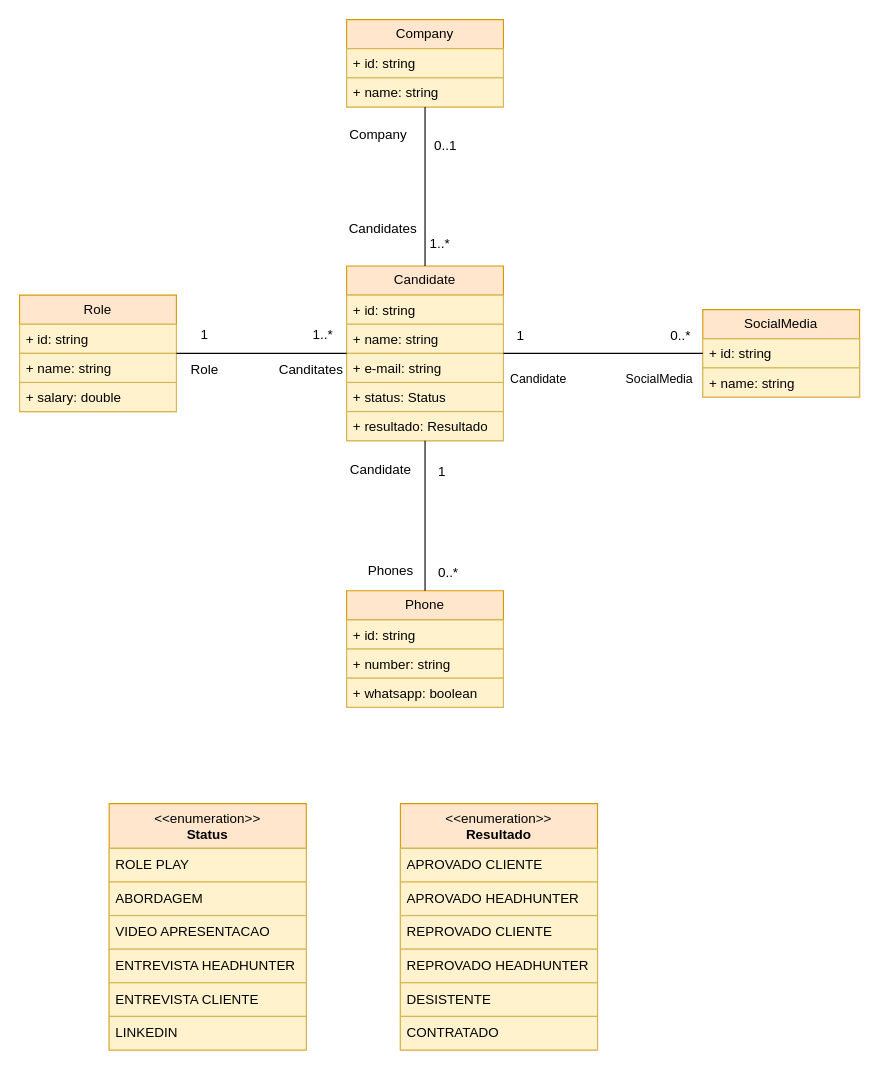
The draw.io diagram CheckHunter.drawio in fanuelhpa/checkhunter, before the edit. Source tidied: cells renumbered, new cells numbered last; positions are measured from the earlier drawing's top-left corner, leaving out a move shared by most shapes. Both pictures are drawn from the tidied source at 112%, with x=0, y=0 at pixel (19, 19).
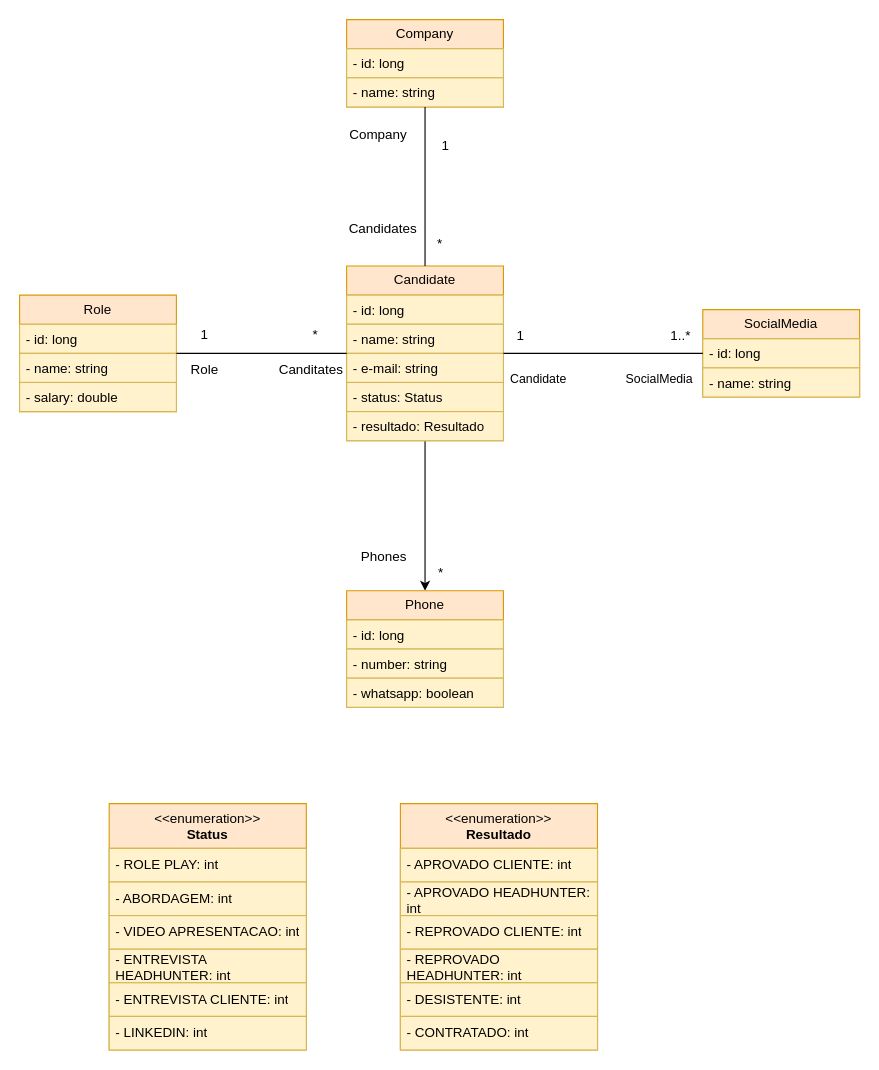
After the change.

The change refers to these unchanged cells:
```xml
<mxCell id="2" value="Company" style="swimlane;fontStyle=0;horizontal=1;startSize=26;fillColor=#ffe6cc;whiteSpace=wrap;html=1;labelBackgroundColor=none;strokeColor=#d79b00;" parent="1" vertex="1">
  <mxGeometry x="292" width="140" height="78" as="geometry" />
</mxCell>
<mxCell id="5" value="Role" style="swimlane;fontStyle=0;horizontal=1;startSize=26;fillColor=#ffe6cc;whiteSpace=wrap;html=1;labelBackgroundColor=none;strokeColor=#d79b00;" parent="1" vertex="1">
  <mxGeometry y="246" width="140" height="104" as="geometry" />
</mxCell>
<mxCell id="9" value="Candidate" style="swimlane;fontStyle=0;horizontal=1;startSize=26;fillColor=#ffe6cc;whiteSpace=wrap;html=1;labelBackgroundColor=none;strokeColor=#d79b00;" parent="1" vertex="1">
  <mxGeometry x="292" y="220" width="140" height="156" as="geometry" />
</mxCell>
<mxCell id="15" value="Phone" style="swimlane;fontStyle=0;horizontal=1;startSize=26;fillColor=#ffe6cc;whiteSpace=wrap;html=1;strokeColor=#d79b00;" parent="1" vertex="1">
  <mxGeometry x="292" y="510" width="140" height="104" as="geometry" />
</mxCell>
<mxCell id="19" value="SocialMedia" style="swimlane;fontStyle=0;horizontal=1;startSize=26;fillColor=#ffe6cc;whiteSpace=wrap;html=1;strokeColor=#d79b00;" parent="1" vertex="1">
  <mxGeometry x="610" y="259" width="140" height="78" as="geometry" />
</mxCell>
<mxCell id="22" value="&amp;lt;&amp;lt;enumeration&amp;gt;&amp;gt;&lt;br&gt;&lt;b&gt;Status&lt;/b&gt;" style="swimlane;fontStyle=0;align=center;verticalAlign=top;horizontal=1;startSize=40;html=1;whiteSpace=wrap;fillColor=#ffe6cc;strokeColor=#d79b00;" parent="1" vertex="1">
  <mxGeometry x="80" y="700" width="176" height="220" as="geometry" />
</mxCell>
<mxCell id="29" value="&amp;lt;&amp;lt;enumeration&amp;gt;&amp;gt;&lt;br&gt;&lt;b&gt;Resultado&lt;/b&gt;" style="swimlane;fontStyle=0;align=center;verticalAlign=top;horizontal=1;startSize=40;html=1;whiteSpace=wrap;fillColor=#ffe6cc;strokeColor=#d79b00;" parent="1" vertex="1">
  <mxGeometry x="340" y="700" width="176" height="220" as="geometry" />
</mxCell>
```

The edit, as a diff of the source:
```diff
@@
-    <mxCell id="3" value="+ id: string&lt;div&gt;&lt;br&gt;&lt;div&gt;&lt;br&gt;&lt;/div&gt;&lt;/div&gt;" style="text;strokeColor=#d6b656;fillColor=#fff2cc;align=left;verticalAlign=top;spacingLeft=4;spacingRight=4;overflow=hidden;whiteSpace=wrap;html=1;labelBackgroundColor=none;" parent="2" vertex="1">
+    <mxCell id="3" value="- id: long&lt;div&gt;&lt;div&gt;&lt;br&gt;&lt;div&gt;&lt;br&gt;&lt;/div&gt;&lt;/div&gt;&lt;/div&gt;" style="text;strokeColor=#d6b656;fillColor=#fff2cc;align=left;verticalAlign=top;spacingLeft=4;spacingRight=4;overflow=hidden;whiteSpace=wrap;html=1;labelBackgroundColor=none;" parent="2" vertex="1">
       <mxGeometry y="26" width="140" height="26" as="geometry" />
     </mxCell>
-    <mxCell id="4" value="+ name: string&lt;div&gt;&lt;br&gt;&lt;/div&gt;" style="text;strokeColor=#d6b656;fillColor=#fff2cc;align=left;verticalAlign=top;spacingLeft=4;spacingRight=4;overflow=hidden;whiteSpace=wrap;html=1;labelBackgroundColor=none;" parent="2" vertex="1">
+    <mxCell id="4" value="- name: string&lt;div&gt;&lt;br&gt;&lt;/div&gt;" style="text;strokeColor=#d6b656;fillColor=#fff2cc;align=left;verticalAlign=top;spacingLeft=4;spacingRight=4;overflow=hidden;whiteSpace=wrap;html=1;labelBackgroundColor=none;" parent="2" vertex="1">
       <mxGeometry y="52" width="140" height="26" as="geometry" />
     </mxCell>
@@
-    <mxCell id="6" value="+ id: string&lt;div&gt;&lt;br&gt;&lt;div&gt;&lt;br&gt;&lt;/div&gt;&lt;/div&gt;" style="text;strokeColor=#d6b656;fillColor=#fff2cc;align=left;verticalAlign=top;spacingLeft=4;spacingRight=4;overflow=hidden;whiteSpace=wrap;html=1;labelBackgroundColor=none;" parent="5" vertex="1">
+    <mxCell id="6" value="- id: long&lt;div&gt;&lt;br&gt;&lt;div&gt;&lt;br&gt;&lt;/div&gt;&lt;/div&gt;" style="text;strokeColor=#d6b656;fillColor=#fff2cc;align=left;verticalAlign=top;spacingLeft=4;spacingRight=4;overflow=hidden;whiteSpace=wrap;html=1;labelBackgroundColor=none;" parent="5" vertex="1">
       <mxGeometry y="26" width="140" height="26" as="geometry" />
     </mxCell>
-    <mxCell id="7" value="+ name: string" style="text;strokeColor=#d6b656;fillColor=#fff2cc;align=left;verticalAlign=top;spacingLeft=4;spacingRight=4;overflow=hidden;whiteSpace=wrap;html=1;labelBackgroundColor=none;" parent="5" vertex="1">
+    <mxCell id="7" value="- name: string" style="text;strokeColor=#d6b656;fillColor=#fff2cc;align=left;verticalAlign=top;spacingLeft=4;spacingRight=4;overflow=hidden;whiteSpace=wrap;html=1;labelBackgroundColor=none;" parent="5" vertex="1">
       <mxGeometry y="52" width="140" height="26" as="geometry" />
     </mxCell>
-    <mxCell id="8" value="+ salary: double" style="text;strokeColor=#d6b656;fillColor=#fff2cc;align=left;verticalAlign=top;spacingLeft=4;spacingRight=4;overflow=hidden;whiteSpace=wrap;html=1;labelBackgroundColor=none;" parent="5" vertex="1">
+    <mxCell id="8" value="- salary: double" style="text;strokeColor=#d6b656;fillColor=#fff2cc;align=left;verticalAlign=top;spacingLeft=4;spacingRight=4;overflow=hidden;whiteSpace=wrap;html=1;labelBackgroundColor=none;" parent="5" vertex="1">
       <mxGeometry y="78" width="140" height="26" as="geometry" />
     </mxCell>
+    <mxCell id="36" style="edgeStyle=orthogonalEdgeStyle;rounded=0;jettySize=auto;html=1;exitX=0.5;exitY=1;exitDx=0;exitDy=0;entryX=0.5;entryY=0;entryDx=0;entryDy=0;" parent="1" edge="1" source="9" target="15">
+      <mxGeometry relative="1" as="geometry" />
+    </mxCell>
@@
-    <mxCell id="10" value="+ id: string&lt;div&gt;&lt;br&gt;&lt;div&gt;&lt;br&gt;&lt;/div&gt;&lt;/div&gt;" style="text;strokeColor=#d6b656;fillColor=#fff2cc;align=left;verticalAlign=top;spacingLeft=4;spacingRight=4;overflow=hidden;whiteSpace=wrap;html=1;labelBackgroundColor=none;" parent="9" vertex="1">
+    <mxCell id="10" value="- id: long&lt;div&gt;&lt;br&gt;&lt;div&gt;&lt;br&gt;&lt;/div&gt;&lt;/div&gt;" style="text;strokeColor=#d6b656;fillColor=#fff2cc;align=left;verticalAlign=top;spacingLeft=4;spacingRight=4;overflow=hidden;whiteSpace=wrap;html=1;labelBackgroundColor=none;" parent="9" vertex="1">
       <mxGeometry y="26" width="140" height="26" as="geometry" />
     </mxCell>
-    <mxCell id="11" value="+ name: string" style="text;strokeColor=#d6b656;fillColor=#fff2cc;align=left;verticalAlign=top;spacingLeft=4;spacingRight=4;overflow=hidden;whiteSpace=wrap;html=1;labelBackgroundColor=none;" parent="9" vertex="1">
+    <mxCell id="11" value="- name: string" style="text;strokeColor=#d6b656;fillColor=#fff2cc;align=left;verticalAlign=top;spacingLeft=4;spacingRight=4;overflow=hidden;whiteSpace=wrap;html=1;labelBackgroundColor=none;" parent="9" vertex="1">
       <mxGeometry y="52" width="140" height="26" as="geometry" />
     </mxCell>
-    <mxCell id="12" value="+ e-mail: string" style="text;align=left;verticalAlign=top;spacingLeft=4;spacingRight=4;overflow=hidden;whiteSpace=wrap;html=1;labelBackgroundColor=none;fillColor=#fff2cc;strokeColor=#d6b656;" parent="9" vertex="1">
+    <mxCell id="12" value="- e-mail: string" style="text;align=left;verticalAlign=top;spacingLeft=4;spacingRight=4;overflow=hidden;whiteSpace=wrap;html=1;labelBackgroundColor=none;fillColor=#fff2cc;strokeColor=#d6b656;" parent="9" vertex="1">
       <mxGeometry y="78" width="140" height="26" as="geometry" />
     </mxCell>
-    <mxCell id="13" value="+ status: Status" style="text;strokeColor=#d6b656;fillColor=#fff2cc;align=left;verticalAlign=top;spacingLeft=4;spacingRight=4;overflow=hidden;whiteSpace=wrap;html=1;labelBackgroundColor=none;" parent="9" vertex="1">
+    <mxCell id="13" value="- status: Status" style="text;strokeColor=#d6b656;fillColor=#fff2cc;align=left;verticalAlign=top;spacingLeft=4;spacingRight=4;overflow=hidden;whiteSpace=wrap;html=1;labelBackgroundColor=none;" parent="9" vertex="1">
       <mxGeometry y="104" width="140" height="26" as="geometry" />
     </mxCell>
-    <mxCell id="14" value="+ resultado: Resultado" style="text;strokeColor=#d6b656;fillColor=#fff2cc;align=left;verticalAlign=top;spacingLeft=4;spacingRight=4;overflow=hidden;whiteSpace=wrap;html=1;labelBackgroundColor=none;" parent="9" vertex="1">
+    <mxCell id="14" value="- resultado: Resultado" style="text;strokeColor=#d6b656;fillColor=#fff2cc;align=left;verticalAlign=top;spacingLeft=4;spacingRight=4;overflow=hidden;whiteSpace=wrap;html=1;labelBackgroundColor=none;" parent="9" vertex="1">
       <mxGeometry y="130" width="140" height="26" as="geometry" />
     </mxCell>
@@
-    <mxCell id="16" value="+ id: string&lt;div&gt;&lt;br&gt;&lt;div&gt;&lt;br&gt;&lt;/div&gt;&lt;/div&gt;" style="text;strokeColor=#d6b656;fillColor=#fff2cc;align=left;verticalAlign=top;spacingLeft=4;spacingRight=4;overflow=hidden;whiteSpace=wrap;html=1;labelBackgroundColor=none;" parent="15" vertex="1">
+    <mxCell id="16" value="- id: long&lt;div&gt;&lt;br&gt;&lt;div&gt;&lt;br&gt;&lt;/div&gt;&lt;/div&gt;" style="text;strokeColor=#d6b656;fillColor=#fff2cc;align=left;verticalAlign=top;spacingLeft=4;spacingRight=4;overflow=hidden;whiteSpace=wrap;html=1;labelBackgroundColor=none;" parent="15" vertex="1">
       <mxGeometry y="26" width="140" height="26" as="geometry" />
     </mxCell>
-    <mxCell id="17" value="+ number: string" style="text;strokeColor=#d6b656;fillColor=#fff2cc;align=left;verticalAlign=top;spacingLeft=4;spacingRight=4;overflow=hidden;whiteSpace=wrap;html=1;" parent="15" vertex="1">
+    <mxCell id="17" value="- number: string" style="text;strokeColor=#d6b656;fillColor=#fff2cc;align=left;verticalAlign=top;spacingLeft=4;spacingRight=4;overflow=hidden;whiteSpace=wrap;html=1;" parent="15" vertex="1">
       <mxGeometry y="52" width="140" height="26" as="geometry" />
     </mxCell>
-    <mxCell id="18" value="+ whatsapp: boolean&lt;div&gt;&lt;br&gt;&lt;div&gt;&lt;br&gt;&lt;/div&gt;&lt;/div&gt;" style="text;strokeColor=#d6b656;fillColor=#fff2cc;align=left;verticalAlign=top;spacingLeft=4;spacingRight=4;overflow=hidden;whiteSpace=wrap;html=1;labelBackgroundColor=none;" parent="15" vertex="1">
+    <mxCell id="18" value="- whatsapp: boolean&lt;div&gt;&lt;br&gt;&lt;div&gt;&lt;br&gt;&lt;/div&gt;&lt;/div&gt;" style="text;strokeColor=#d6b656;fillColor=#fff2cc;align=left;verticalAlign=top;spacingLeft=4;spacingRight=4;overflow=hidden;whiteSpace=wrap;html=1;labelBackgroundColor=none;" parent="15" vertex="1">
       <mxGeometry y="78" width="140" height="26" as="geometry" />
     </mxCell>
@@
-    <mxCell id="20" value="+ id: string&lt;div&gt;&lt;br&gt;&lt;div&gt;&lt;br&gt;&lt;/div&gt;&lt;/div&gt;" style="text;strokeColor=#d6b656;fillColor=#fff2cc;align=left;verticalAlign=top;spacingLeft=4;spacingRight=4;overflow=hidden;points=[[0,0.5],[1,0.5]];portConstraint=eastwest;whiteSpace=wrap;html=1;labelBackgroundColor=none;" parent="19" vertex="1">
+    <mxCell id="20" value="- id: long&lt;div&gt;&lt;br&gt;&lt;div&gt;&lt;br&gt;&lt;/div&gt;&lt;/div&gt;" style="text;strokeColor=#d6b656;fillColor=#fff2cc;align=left;verticalAlign=top;spacingLeft=4;spacingRight=4;overflow=hidden;points=[[0,0.5],[1,0.5]];portConstraint=eastwest;whiteSpace=wrap;html=1;labelBackgroundColor=none;" parent="19" vertex="1">
       <mxGeometry y="26" width="140" height="26" as="geometry" />
     </mxCell>
-    <mxCell id="21" value="+ name: string" style="text;strokeColor=#d6b656;fillColor=#fff2cc;align=left;verticalAlign=top;spacingLeft=4;spacingRight=4;overflow=hidden;whiteSpace=wrap;html=1;" parent="19" vertex="1">
+    <mxCell id="21" value="- name: string" style="text;strokeColor=#d6b656;fillColor=#fff2cc;align=left;verticalAlign=top;spacingLeft=4;spacingRight=4;overflow=hidden;whiteSpace=wrap;html=1;" parent="19" vertex="1">
       <mxGeometry y="52" width="140" height="26" as="geometry" />
     </mxCell>
@@
-    <mxCell id="23" value="ROLE PLAY" style="text;html=1;strokeColor=#d6b656;fillColor=#fff2cc;align=left;verticalAlign=middle;spacingLeft=4;spacingRight=4;overflow=hidden;whiteSpace=wrap;" parent="22" vertex="1">
+    <mxCell id="23" value="- ROLE PLAY: int" style="text;html=1;strokeColor=#d6b656;fillColor=#fff2cc;align=left;verticalAlign=middle;spacingLeft=4;spacingRight=4;overflow=hidden;whiteSpace=wrap;" parent="22" vertex="1">
       <mxGeometry y="40" width="176" height="30" as="geometry" />
     </mxCell>
-    <mxCell id="24" value="ABORDAGEM" style="text;html=1;strokeColor=#d6b656;fillColor=#fff2cc;align=left;verticalAlign=middle;spacingLeft=4;spacingRight=4;overflow=hidden;whiteSpace=wrap;" parent="22" vertex="1">
+    <mxCell id="24" value="- ABORDAGEM: int" style="text;html=1;strokeColor=#d6b656;fillColor=#fff2cc;align=left;verticalAlign=middle;spacingLeft=4;spacingRight=4;overflow=hidden;whiteSpace=wrap;" parent="22" vertex="1">
       <mxGeometry y="70" width="176" height="30" as="geometry" />
     </mxCell>
-    <mxCell id="25" value="VIDEO APRESENTACAO" style="text;html=1;strokeColor=#d6b656;fillColor=#fff2cc;align=left;verticalAlign=middle;spacingLeft=4;spacingRight=4;overflow=hidden;whiteSpace=wrap;" parent="22" vertex="1">
+    <mxCell id="25" value="- VIDEO APRESENTACAO: int" style="text;html=1;strokeColor=#d6b656;fillColor=#fff2cc;align=left;verticalAlign=middle;spacingLeft=4;spacingRight=4;overflow=hidden;whiteSpace=wrap;" parent="22" vertex="1">
       <mxGeometry y="100" width="176" height="30" as="geometry" />
     </mxCell>
-    <mxCell id="26" value="ENTREVISTA HEADHUNTER" style="text;html=1;strokeColor=#d6b656;fillColor=#fff2cc;align=left;verticalAlign=middle;spacingLeft=4;spacingRight=4;overflow=hidden;whiteSpace=wrap;" parent="22" vertex="1">
+    <mxCell id="26" value="- ENTREVISTA HEADHUNTER: int" style="text;html=1;strokeColor=#d6b656;fillColor=#fff2cc;align=left;verticalAlign=middle;spacingLeft=4;spacingRight=4;overflow=hidden;whiteSpace=wrap;" parent="22" vertex="1">
       <mxGeometry y="130" width="176" height="30" as="geometry" />
     </mxCell>
-    <mxCell id="27" value="ENTREVISTA CLIENTE" style="text;html=1;strokeColor=#d6b656;fillColor=#fff2cc;align=left;verticalAlign=middle;spacingLeft=4;spacingRight=4;overflow=hidden;whiteSpace=wrap;" parent="22" vertex="1">
+    <mxCell id="27" value="- ENTREVISTA CLIENTE: int" style="text;html=1;strokeColor=#d6b656;fillColor=#fff2cc;align=left;verticalAlign=middle;spacingLeft=4;spacingRight=4;overflow=hidden;whiteSpace=wrap;" parent="22" vertex="1">
       <mxGeometry y="160" width="176" height="30" as="geometry" />
     </mxCell>
-    <mxCell id="28" value="LINKEDIN" style="text;html=1;strokeColor=#d6b656;fillColor=#fff2cc;align=left;verticalAlign=middle;spacingLeft=4;spacingRight=4;overflow=hidden;whiteSpace=wrap;" parent="22" vertex="1">
+    <mxCell id="28" value="- LINKEDIN: int" style="text;html=1;strokeColor=#d6b656;fillColor=#fff2cc;align=left;verticalAlign=middle;spacingLeft=4;spacingRight=4;overflow=hidden;whiteSpace=wrap;" parent="22" vertex="1">
       <mxGeometry y="190" width="176" height="30" as="geometry" />
     </mxCell>
@@
-    <mxCell id="30" value="APROVADO CLIENTE" style="text;html=1;strokeColor=#d6b656;fillColor=#fff2cc;align=left;verticalAlign=middle;spacingLeft=4;spacingRight=4;overflow=hidden;whiteSpace=wrap;" parent="29" vertex="1">
+    <mxCell id="30" value="- APROVADO CLIENTE: int" style="text;html=1;strokeColor=#d6b656;fillColor=#fff2cc;align=left;verticalAlign=middle;spacingLeft=4;spacingRight=4;overflow=hidden;whiteSpace=wrap;" parent="29" vertex="1">
       <mxGeometry y="40" width="176" height="30" as="geometry" />
     </mxCell>
-    <mxCell id="31" value="APROVADO HEADHUNTER" style="text;html=1;strokeColor=#d6b656;fillColor=#fff2cc;align=left;verticalAlign=middle;spacingLeft=4;spacingRight=4;overflow=hidden;whiteSpace=wrap;" parent="29" vertex="1">
+    <mxCell id="31" value="- APROVADO HEADHUNTER: int" style="text;html=1;strokeColor=#d6b656;fillColor=#fff2cc;align=left;verticalAlign=middle;spacingLeft=4;spacingRight=4;overflow=hidden;whiteSpace=wrap;" parent="29" vertex="1">
       <mxGeometry y="70" width="176" height="30" as="geometry" />
     </mxCell>
-    <mxCell id="32" value="REPROVADO CLIENTE" style="text;html=1;strokeColor=#d6b656;fillColor=#fff2cc;align=left;verticalAlign=middle;spacingLeft=4;spacingRight=4;overflow=hidden;whiteSpace=wrap;" parent="29" vertex="1">
+    <mxCell id="32" value="- REPROVADO CLIENTE: int" style="text;html=1;strokeColor=#d6b656;fillColor=#fff2cc;align=left;verticalAlign=middle;spacingLeft=4;spacingRight=4;overflow=hidden;whiteSpace=wrap;" parent="29" vertex="1">
       <mxGeometry y="100" width="176" height="30" as="geometry" />
     </mxCell>
-    <mxCell id="33" value="REPROVADO HEADHUNTER" style="text;html=1;strokeColor=#d6b656;fillColor=#fff2cc;align=left;verticalAlign=middle;spacingLeft=4;spacingRight=4;overflow=hidden;whiteSpace=wrap;" parent="29" vertex="1">
+    <mxCell id="33" value="- REPROVADO HEADHUNTER: int" style="text;html=1;strokeColor=#d6b656;fillColor=#fff2cc;align=left;verticalAlign=middle;spacingLeft=4;spacingRight=4;overflow=hidden;whiteSpace=wrap;" parent="29" vertex="1">
       <mxGeometry y="130" width="176" height="30" as="geometry" />
     </mxCell>
-    <mxCell id="34" value="DESISTENTE" style="text;html=1;strokeColor=#d6b656;fillColor=#fff2cc;align=left;verticalAlign=middle;spacingLeft=4;spacingRight=4;overflow=hidden;whiteSpace=wrap;" parent="29" vertex="1">
+    <mxCell id="34" value="- DESISTENTE: int" style="text;html=1;strokeColor=#d6b656;fillColor=#fff2cc;align=left;verticalAlign=middle;spacingLeft=4;spacingRight=4;overflow=hidden;whiteSpace=wrap;" parent="29" vertex="1">
       <mxGeometry y="160" width="176" height="30" as="geometry" />
     </mxCell>
-    <mxCell id="35" value="CONTRATADO" style="text;html=1;strokeColor=#d6b656;fillColor=#fff2cc;align=left;verticalAlign=middle;spacingLeft=4;spacingRight=4;overflow=hidden;whiteSpace=wrap;" parent="29" vertex="1">
+    <mxCell id="35" value="- CONTRATADO: int" style="text;html=1;strokeColor=#d6b656;fillColor=#fff2cc;align=left;verticalAlign=middle;spacingLeft=4;spacingRight=4;overflow=hidden;whiteSpace=wrap;" parent="29" vertex="1">
       <mxGeometry y="190" width="176" height="30" as="geometry" />
     </mxCell>
-    <mxCell id="36" style="endArrow=none;html=1;rounded=0;align=center;verticalAlign=top;endFill=0;labelBackgroundColor=none;exitX=0.5;exitY=1;exitDx=0;exitDy=0;entryX=0.5;entryY=0;entryDx=0;entryDy=0;" parent="1" edge="1" source="9" target="15">
-      <mxGeometry relative="1" as="geometry" />
-    </mxCell>
-    <mxCell id="37" value="1" style="html=1;align=left;verticalAlign=top;labelBackgroundColor=none;" parent="36" vertex="1">
-      <mxGeometry x="-1" relative="1" as="geometry">
-        <mxPoint x="10" y="14" as="offset" />
-      </mxGeometry>
-    </mxCell>
-    <mxCell id="38" value="Phones" style="html=1;align=right;verticalAlign=bottom;labelBackgroundColor=none;" parent="36" vertex="1">
-      <mxGeometry x="1" relative="1" as="geometry">
-        <mxPoint x="-10" y="-10" as="offset" />
-      </mxGeometry>
-    </mxCell>
-    <mxCell id="39" value="0..*" style="html=1;align=left;verticalAlign=top;labelBackgroundColor=none;" parent="1" vertex="1">
+    <mxCell id="39" value="*" style="html=1;align=left;verticalAlign=top;labelBackgroundColor=none;" parent="1" vertex="1">
       <mxGeometry x="372" y="480" as="geometry" />
     </mxCell>
-    <mxCell id="40" value="Candidate" style="html=1;align=right;verticalAlign=bottom;labelBackgroundColor=none;" parent="1" vertex="1">
-      <mxGeometry x="350" y="410" as="geometry" />
-    </mxCell>
@@
-    <mxCell id="43" value="0..*" style="text;html=1;align=center;verticalAlign=middle;strokeColor=none;fillColor=none;" parent="1" vertex="1">
+    <mxCell id="43" value="1..*" style="text;html=1;align=center;verticalAlign=middle;strokeColor=none;fillColor=none;" parent="1" vertex="1">
       <mxGeometry x="570" y="268" width="40" height="30" as="geometry" />
     </mxCell>
@@
-    <mxCell id="47" value="1..*" style="text;html=1;align=center;verticalAlign=middle;strokeColor=none;fillColor=none;" parent="1" vertex="1">
-      <mxGeometry x="355" y="185" width="40" height="30" as="geometry" />
+    <mxCell id="47" value="*" style="text;html=1;align=center;verticalAlign=middle;strokeColor=none;fillColor=none;" parent="1" vertex="1">
+      <mxGeometry x="360" y="185" width="30" height="30" as="geometry" />
     </mxCell>
@@
-    <mxCell id="49" value="0&lt;span style=&quot;background-color: initial;&quot;&gt;..1&lt;/span&gt;&lt;div&gt;&lt;div&gt;&lt;br&gt;&lt;/div&gt;&lt;/div&gt;" style="text;html=1;align=center;verticalAlign=middle;strokeColor=none;fillColor=none;" parent="1" vertex="1">
-      <mxGeometry x="360" y="100" width="40" height="40" as="geometry" />
+    <mxCell id="49" value="&lt;span style=&quot;background-color: initial;&quot;&gt;1&lt;/span&gt;&lt;div&gt;&lt;div&gt;&lt;br&gt;&lt;/div&gt;&lt;/div&gt;" style="text;html=1;align=center;verticalAlign=middle;strokeColor=none;fillColor=none;" parent="1" vertex="1">
+      <mxGeometry x="365" y="100" width="30" height="40" as="geometry" />
     </mxCell>
@@
-    <mxCell id="54" value="1..*" style="html=1;align=left;verticalAlign=top;labelBackgroundColor=none;" parent="1" vertex="1">
+    <mxCell id="54" value="*" style="html=1;align=left;verticalAlign=top;labelBackgroundColor=none;" parent="1" vertex="1">
       <mxGeometry x="260" y="268" as="geometry" />
     </mxCell>
@@
+    <mxCell id="38" value="Phones" style="text;html=1;align=center;verticalAlign=middle;strokeColor=none;fillColor=none;" parent="1" vertex="1">
+      <mxGeometry x="295" y="465" width="60" height="30" as="geometry" />
+    </mxCell>
```
